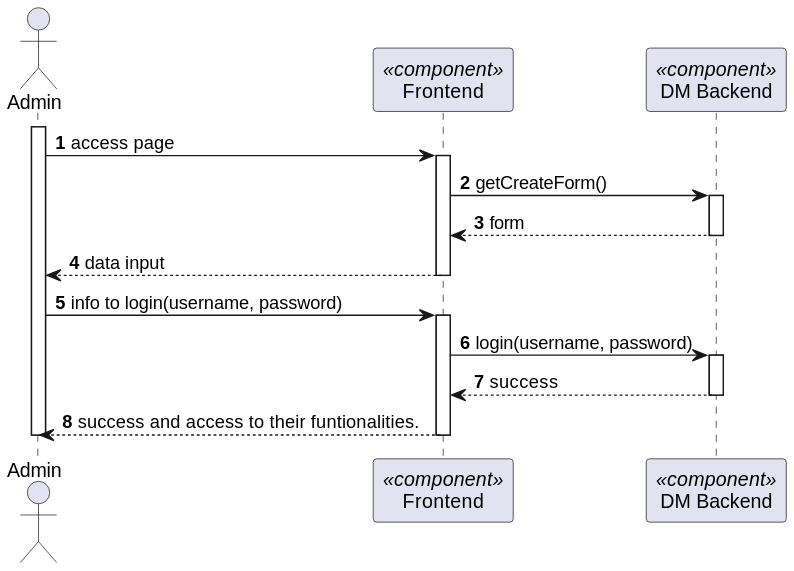
Earlier version of the PlantUML export docs/BackofficeModule/7.2.17/sequence-diagram-2.svg (Ana-Miguel-Silva/SurgicalAppointmentAndResourceManagement).
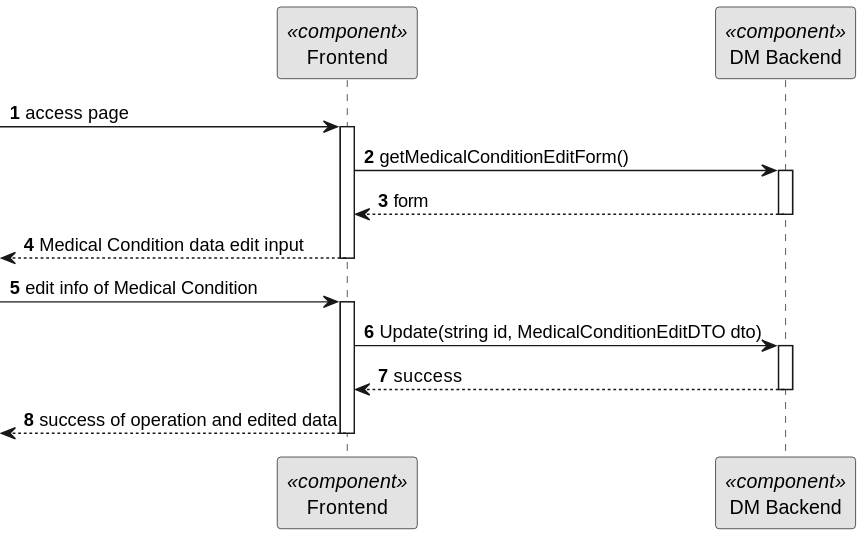
After the commit.

What changed in the source:
```diff
@@ -1,31 +1,29 @@
 @startuml
+skinparam monochrome true
 skinparam packageStyle rectangle
 skinparam shadowing false
 
 autonumber
 
-actor "Admin" as AD
 participant "Frontend" as FE <<component>>
 participant "DM Backend" as BE <<component>>
 
 
 
-activate AD
-AD -> FE: access page
+-> FE: access page
 activate FE
-FE -> BE: getCreateForm()
+FE -> BE: getMedicalConditionEditForm()
 activate BE
 BE --> FE: form
 deactivate BE
-FE --> AD : data input
+<--FE : Medical Condition data edit input
 deactivate FE
-AD -> FE : info to login(username, password)
+ -> FE : edit info of Medical Condition
 activate FE
-FE -> BE : login(username, password)
+FE -> BE : Update(string id, MedicalConditionEditDTO dto)
 activate BE
 BE --> FE: success
 deactivate BE
-FE --> AD : success and access to their funtionalities.
+<--FE : success of operation and edited data
 deactivate FE
-deactivate AD
 @enduml
```
